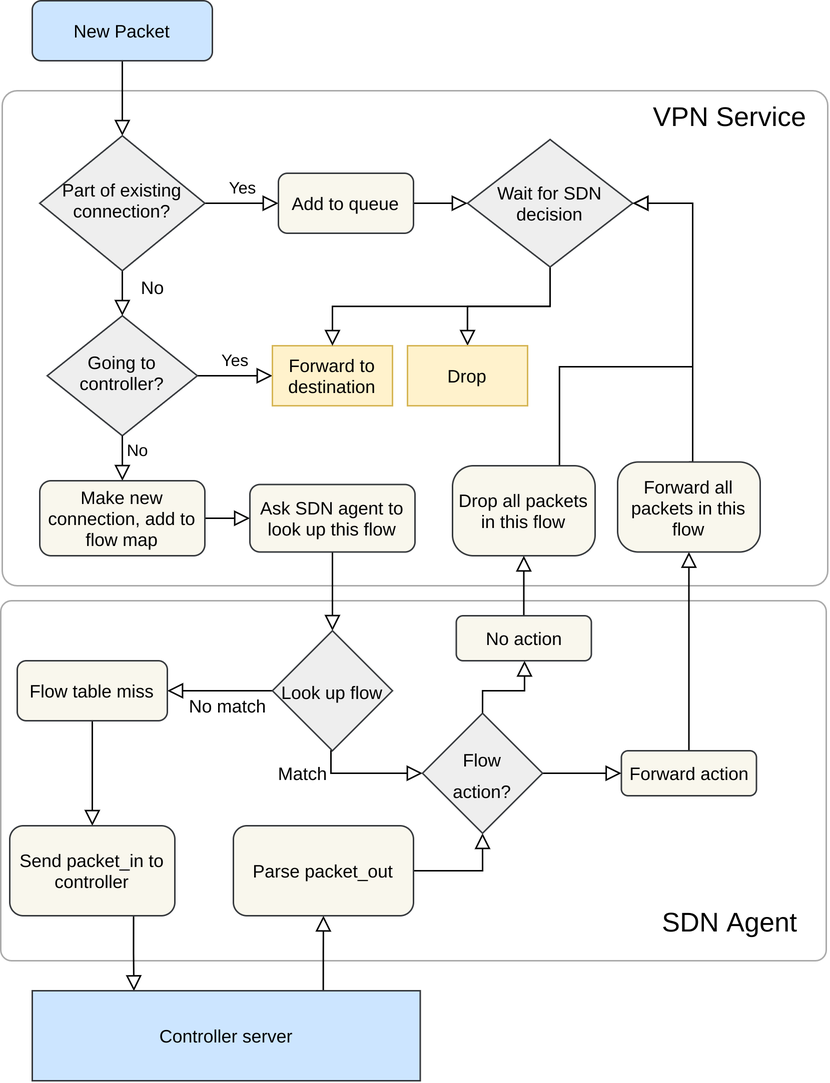
Earlier version of the draw.io export images/sequence-diagram.png (jojonium/thesis-paper). Source tidied: cells renumbered, new cells last; positions are measured from the earlier drawing's top-left corner, leaving out a move shared by most shapes.
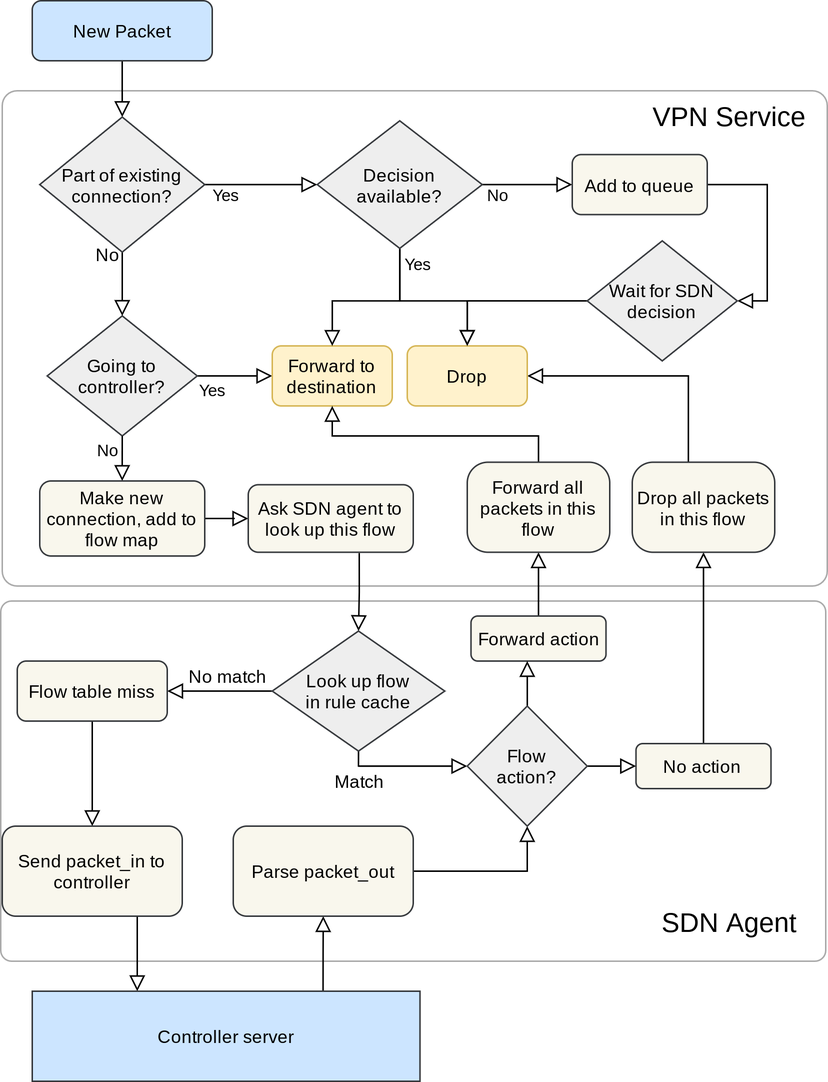
After the change.

Commit message:
revise diagrams

Change to the diagram source:
```diff
@@ -15,25 +15,30 @@
       <mxGeometry x="21" width="120" height="40" as="geometry" />
     </mxCell>
     <mxCell id="6" value="Yes" style="edgeStyle=orthogonalEdgeStyle;rounded=0;html=1;jettySize=auto;fontSize=11;endArrow=block;endFill=0;endSize=8;strokeWidth=1;shadow=0;labelBackgroundColor=#ffffff;" parent="1" edge="1" source="7" target="8">
-      <mxGeometry y="10" relative="1" as="geometry" />
+      <mxGeometry x="-0.6" y="-10" relative="1" as="geometry" />
     </mxCell>
-    <mxCell id="7" value="Going to controller?" style="rhombus;whiteSpace=wrap;html=1;shadow=0;fontFamily=Helvetica;fontSize=12;align=center;strokeWidth=1;spacing=6;spacingTop=-4;fillColor=#eeeeee;strokeColor=#36393d;" parent="1" vertex="1">
+    <mxCell id="7" value="Going to controller?" style="rhombus;whiteSpace=wrap;html=1;shadow=0;fontFamily=Helvetica;fontSize=12;align=center;strokeWidth=1;spacing=6;spacingTop=0;fillColor=#eeeeee;strokeColor=#36393d;" parent="1" vertex="1">
       <mxGeometry x="31" y="210" width="100" height="80" as="geometry" />
     </mxCell>
-    <mxCell id="8" value="Forward to destination" style="rounded=1;whiteSpace=wrap;html=1;fontSize=12;glass=0;strokeWidth=1;shadow=0;fillColor=#fff2cc;strokeColor=#d6b656;arcSize=0;" parent="1" vertex="1">
+    <mxCell id="8" value="Forward to destination" style="rounded=1;whiteSpace=wrap;html=1;fontSize=12;glass=0;strokeWidth=1;shadow=0;fillColor=#fff2cc;strokeColor=#d6b656;" parent="1" vertex="1">
       <mxGeometry x="181" y="230" width="80" height="40" as="geometry" />
     </mxCell>
     <mxCell id="9" value="No" style="rounded=0;html=1;jettySize=auto;fontSize=11;endArrow=block;endFill=0;endSize=8;strokeWidth=1;shadow=0;labelBackgroundColor=none;edgeStyle=orthogonalEdgeStyle;exitX=0.5;exitY=1;exitDx=0;exitDy=0;" parent="1" edge="1" source="7" target="14">
-      <mxGeometry x="0.2" y="10" relative="1" as="geometry" />
+      <mxGeometry x="0.2" y="-10" relative="1" as="geometry" />
     </mxCell>
-    <mxCell id="10" value="Yes" style="edgeStyle=orthogonalEdgeStyle;rounded=0;html=1;jettySize=auto;fontSize=11;endArrow=block;endFill=0;endSize=8;strokeWidth=1;shadow=0;labelBackgroundColor=none;entryX=0;entryY=0.5;entryDx=0;entryDy=0;" parent="1" edge="1" source="12" target="19">
-      <mxGeometry y="10" relative="1" as="geometry" />
-    </mxCell>
     <mxCell id="11" value="&lt;font style=&quot;font-size: 12px&quot;&gt;No&lt;br&gt;&lt;/font&gt;" style="edgeStyle=orthogonalEdgeStyle;rounded=0;jettySize=auto;html=1;exitX=0.5;exitY=1;exitDx=0;exitDy=0;entryX=0.5;entryY=0;entryDx=0;entryDy=0;labelBackgroundColor=#ffffff;endArrow=block;endFill=0;endSize=8;fontSize=18;" parent="1" edge="1" source="12" target="7">
-      <mxGeometry x="-0.33" y="20" relative="1" as="geometry" />
+      <mxGeometry x="-1" y="-10" relative="1" as="geometry" />
     </mxCell>
+    <mxCell id="48" style="edgeStyle=orthogonalEdgeStyle;rounded=0;jettySize=auto;html=1;endArrow=block;endFill=0;endSize=8;" parent="1" edge="1" source="12" target="17">
+      <mxGeometry relative="1" as="geometry" />
+    </mxCell>
+    <mxCell id="49" value="Yes" style="edgeLabel;html=1;align=center;verticalAlign=middle;" parent="48" vertex="1">
+      <mxGeometry x="-0.39" y="-1" relative="1" as="geometry">
+        <mxPoint x="-8.8" y="6.5" as="offset" />
+      </mxGeometry>
+    </mxCell>
-    <mxCell id="12" value="Part of existing connection?" style="rhombus;whiteSpace=wrap;html=1;shadow=0;fontFamily=Helvetica;fontSize=12;align=center;strokeWidth=1;spacing=6;spacingTop=-4;fillColor=#eeeeee;strokeColor=#36393d;" parent="1" vertex="1">
-      <mxGeometry x="26" y="90" width="110" height="90" as="geometry" />
+    <mxCell id="12" value="Part of existing connection?" style="rhombus;whiteSpace=wrap;html=1;shadow=0;fontFamily=Helvetica;fontSize=12;align=center;strokeWidth=1;spacing=6;spacingTop=0;fillColor=#eeeeee;strokeColor=#36393d;" parent="1" vertex="1">
+      <mxGeometry x="26" y="77.5" width="110" height="90" as="geometry" />
     </mxCell>
     <mxCell id="13" style="edgeStyle=orthogonalEdgeStyle;rounded=0;jettySize=auto;html=1;labelBackgroundColor=#ffffff;endArrow=block;endFill=0;endSize=8;" parent="1" edge="1" source="14" target="21">
       <mxGeometry relative="1" as="geometry" />
@@ -42,25 +47,50 @@
       <mxGeometry x="26" y="320" width="110" height="50" as="geometry" />
     </mxCell>
     <mxCell id="15" style="edgeStyle=orthogonalEdgeStyle;rounded=0;jettySize=auto;html=1;entryX=0.5;entryY=0;entryDx=0;entryDy=0;labelBackgroundColor=#ffffff;endArrow=block;endFill=0;endSize=8;exitX=0.5;exitY=1;exitDx=0;exitDy=0;" parent="1" edge="1" source="17" target="8">
-      <mxGeometry x="0.26" y="-10" relative="1" as="geometry" />
+      <mxGeometry x="0.26" y="-10" relative="1" as="geometry">
+        <Array as="points">
+          <mxPoint x="266" y="200" />
+          <mxPoint x="221" y="200" />
+        </Array>
+      </mxGeometry>
     </mxCell>
     <mxCell id="16" style="edgeStyle=orthogonalEdgeStyle;rounded=0;jettySize=auto;html=1;exitX=0.5;exitY=1;exitDx=0;exitDy=0;entryX=0.5;entryY=0;entryDx=0;entryDy=0;labelBackgroundColor=#ffffff;endArrow=block;endFill=0;endSize=8;fontSize=12;" parent="1" edge="1" source="17" target="34">
-      <mxGeometry relative="1" as="geometry" />
+      <mxGeometry relative="1" as="geometry">
+        <Array as="points">
+          <mxPoint x="266" y="200" />
+          <mxPoint x="311" y="200" />
+        </Array>
+      </mxGeometry>
     </mxCell>
+    <mxCell id="50" value="Yes" style="edgeLabel;html=1;align=center;verticalAlign=middle;" parent="16" vertex="1">
+      <mxGeometry x="-0.8" relative="1" as="geometry">
+        <mxPoint x="11.5" as="offset" />
+      </mxGeometry>
+    </mxCell>
+    <mxCell id="51" style="edgeStyle=orthogonalEdgeStyle;rounded=0;jettySize=auto;html=1;endArrow=block;endFill=0;endSize=8;entryX=0;entryY=0.5;entryDx=0;entryDy=0;" parent="1" edge="1" source="17" target="19">
+      <mxGeometry relative="1" as="geometry" />
+    </mxCell>
+    <mxCell id="52" value="No" style="edgeLabel;html=1;align=center;verticalAlign=middle;" parent="51" vertex="1">
+      <mxGeometry x="-0.69" relative="1" as="geometry">
+        <mxPoint x="1" y="7.5" as="offset" />
+      </mxGeometry>
+    </mxCell>
-    <mxCell id="17" value="Wait for SDN decision" style="rhombus;whiteSpace=wrap;html=1;fillColor=#eeeeee;strokeColor=#36393d;" parent="1" vertex="1">
-      <mxGeometry x="311" y="92.5" width="110" height="85" as="geometry" />
+    <mxCell id="17" value="Decision&lt;br&gt;available?" style="rhombus;whiteSpace=wrap;html=1;fillColor=#eeeeee;strokeColor=#36393d;" parent="1" vertex="1">
+      <mxGeometry x="211" y="80" width="110" height="85" as="geometry" />
     </mxCell>
-    <mxCell id="18" style="edgeStyle=orthogonalEdgeStyle;rounded=0;jettySize=auto;html=1;labelBackgroundColor=#ffffff;endArrow=block;endFill=0;endSize=8;" parent="1" edge="1" source="19" target="17">
-      <mxGeometry relative="1" as="geometry" />
-    </mxCell>
+    <mxCell id="53" style="edgeStyle=orthogonalEdgeStyle;rounded=0;jettySize=auto;html=1;exitX=1;exitY=0.5;exitDx=0;exitDy=0;entryX=1;entryY=0.5;entryDx=0;entryDy=0;endArrow=block;endFill=0;endSize=8;fontSize=12;" parent="1" edge="1" source="19" target="59">
+      <mxGeometry relative="1" as="geometry" />
+    </mxCell>
-    <mxCell id="19" value="Add to queue" style="rounded=1;whiteSpace=wrap;html=1;fillColor=#f9f7ed;strokeColor=#36393d;" parent="1" vertex="1">
-      <mxGeometry x="185" y="115" width="90" height="40" as="geometry" />
+    <mxCell id="19" value="Add to queue" style="rounded=1;whiteSpace=wrap;html=1;strokeColor=#36393D;fillColor=#F9F7ED;" parent="1" vertex="1">
+      <mxGeometry x="381" y="102.5" width="90" height="40" as="geometry" />
     </mxCell>
-    <mxCell id="20" style="edgeStyle=orthogonalEdgeStyle;rounded=0;jettySize=auto;html=1;exitX=0.5;exitY=1;exitDx=0;exitDy=0;entryX=0.5;entryY=0;entryDx=0;entryDy=0;labelBackgroundColor=#ffffff;endArrow=block;endFill=0;endSize=8;fontSize=18;" parent="1" edge="1" source="21" target="27">
-      <mxGeometry relative="1" as="geometry" />
+    <mxCell id="20" style="edgeStyle=orthogonalEdgeStyle;rounded=0;jettySize=auto;html=1;entryX=0.5;entryY=0;entryDx=0;entryDy=0;labelBackgroundColor=#ffffff;endArrow=block;endFill=0;endSize=8;fontSize=18;" parent="1" edge="1" target="27">
+      <mxGeometry relative="1" as="geometry">
+        <mxPoint x="239" y="368" as="sourcePoint" />
+      </mxGeometry>
     </mxCell>
     <mxCell id="21" value="Ask SDN agent to look up this flow" style="rounded=1;whiteSpace=wrap;html=1;fillColor=#f9f7ed;strokeColor=#36393d;" parent="1" vertex="1">
-      <mxGeometry x="166" y="322.5" width="110" height="45" as="geometry" />
+      <mxGeometry x="165" y="322.5" width="110" height="45" as="geometry" />
     </mxCell>
     <mxCell id="22" value="VPN Service" style="text;html=1;strokeColor=none;fillColor=none;align=center;verticalAlign=middle;whiteSpace=wrap;rounded=0;fontSize=18;" parent="1" vertex="1">
       <mxGeometry x="431" y="62.5" width="110" height="30" as="geometry" />
@@ -68,67 +98,52 @@
     <mxCell id="23" style="edgeStyle=orthogonalEdgeStyle;rounded=0;jettySize=auto;html=1;exitX=0.5;exitY=1;exitDx=0;exitDy=0;entryX=0;entryY=0.5;entryDx=0;entryDy=0;labelBackgroundColor=#ffffff;endArrow=block;endFill=0;endSize=8;fontSize=12;" parent="1" edge="1" source="27" target="47">
       <mxGeometry relative="1" as="geometry">
         <Array as="points">
-          <mxPoint x="220" y="515" />
+          <mxPoint x="239" y="510" />
         </Array>
       </mxGeometry>
     </mxCell>
     <mxCell id="24" value="Match" style="edgeLabel;html=1;align=center;verticalAlign=middle;fontSize=12;" parent="23" vertex="1">
       <mxGeometry x="-0.51" y="-2" relative="1" as="geometry">
-        <mxPoint x="-22.9" y="-2" as="offset" />
+        <mxPoint x="-10.4" y="8" as="offset" />
       </mxGeometry>
     </mxCell>
-    <mxCell id="25" style="edgeStyle=orthogonalEdgeStyle;rounded=0;jettySize=auto;html=1;labelBackgroundColor=#ffffff;endArrow=block;endFill=0;endSize=8;fontSize=12;exitX=0.5;exitY=0;exitDx=0;exitDy=0;entryX=0.5;entryY=1;entryDx=0;entryDy=0;" parent="1" edge="1" source="47" target="29">
-      <mxGeometry relative="1" as="geometry">
-        <Array as="points">
-          <mxPoint x="321" y="460" />
-          <mxPoint x="349" y="460" />
-          <mxPoint x="349" y="440" />
-        </Array>
-      </mxGeometry>
-    </mxCell>
     <mxCell id="26" value="No match" style="edgeStyle=orthogonalEdgeStyle;rounded=0;jettySize=auto;html=1;labelBackgroundColor=#ffffff;endArrow=block;endFill=0;endSize=8;fontSize=12;" parent="1" edge="1" source="27" target="38">
-      <mxGeometry x="-0.16" y="10" relative="1" as="geometry" />
+      <mxGeometry x="-0.14" y="-10" relative="1" as="geometry" />
     </mxCell>
-    <mxCell id="27" value="&lt;font style=&quot;font-size: 12px&quot;&gt;Look up flow&lt;/font&gt;" style="rhombus;whiteSpace=wrap;html=1;fontSize=18;fillColor=#eeeeee;strokeColor=#36393d;" parent="1" vertex="1">
-      <mxGeometry x="181" y="420" width="80" height="80" as="geometry" />
+    <mxCell id="27" value="&lt;font style=&quot;font-size: 12px; line-height: 70%;&quot;&gt;Look up flow&lt;br style=&quot;font-size: 12px;&quot;&gt;in rule cache&lt;br style=&quot;font-size: 12px;&quot;&gt;&lt;/font&gt;" style="rhombus;whiteSpace=wrap;html=1;fontSize=12;fillColor=#eeeeee;strokeColor=#36393d;" parent="1" vertex="1">
+      <mxGeometry x="181" y="420" width="115" height="80" as="geometry" />
     </mxCell>
-    <mxCell id="28" style="edgeStyle=orthogonalEdgeStyle;rounded=0;jettySize=auto;html=1;exitX=0.5;exitY=0;exitDx=0;exitDy=0;labelBackgroundColor=#ffffff;endArrow=block;endFill=0;endSize=8;fontSize=12;" parent="1" edge="1" source="29" target="33">
-      <mxGeometry relative="1" as="geometry" />
-    </mxCell>
+    <mxCell id="54" style="edgeStyle=orthogonalEdgeStyle;rounded=0;jettySize=auto;html=1;endArrow=block;endFill=0;endSize=8;entryX=0.5;entryY=1;entryDx=0;entryDy=0;" parent="1" edge="1" source="29" target="36">
+      <mxGeometry relative="1" as="geometry" />
+    </mxCell>
-    <mxCell id="29" value="No action" style="rounded=1;whiteSpace=wrap;html=1;strokeColor=#36393d;fontSize=12;fillColor=#f9f7ed;" parent="1" vertex="1">
-      <mxGeometry x="303.5" y="410" width="90" height="30" as="geometry" />
+    <mxCell id="29" value="Forward action" style="rounded=1;whiteSpace=wrap;html=1;strokeColor=#36393d;fontSize=12;fillColor=#f9f7ed;" parent="1" vertex="1">
+      <mxGeometry x="313.5" y="410" width="90" height="30" as="geometry" />
     </mxCell>
-    <mxCell id="30" style="edgeStyle=orthogonalEdgeStyle;rounded=0;jettySize=auto;html=1;exitX=0.5;exitY=0;exitDx=0;exitDy=0;entryX=0.5;entryY=1;entryDx=0;entryDy=0;labelBackgroundColor=#ffffff;endArrow=block;endFill=0;endSize=8;fontSize=12;" parent="1" edge="1" source="31" target="36">
-      <mxGeometry relative="1" as="geometry" />
-    </mxCell>
+    <mxCell id="55" style="edgeStyle=orthogonalEdgeStyle;rounded=0;jettySize=auto;html=1;exitX=0.5;exitY=0;exitDx=0;exitDy=0;entryX=0.5;entryY=1;entryDx=0;entryDy=0;endArrow=block;endFill=0;endSize=8;fontSize=12;" parent="1" edge="1" source="31" target="33">
+      <mxGeometry relative="1" as="geometry" />
+    </mxCell>
-    <mxCell id="31" value="Forward action" style="rounded=1;whiteSpace=wrap;html=1;strokeColor=#36393d;fontSize=12;fillColor=#f9f7ed;" parent="1" vertex="1">
-      <mxGeometry x="413.5" y="500" width="90" height="30" as="geometry" />
+    <mxCell id="31" value="No action" style="rounded=1;whiteSpace=wrap;html=1;strokeColor=#36393d;fontSize=12;fillColor=#f9f7ed;" parent="1" vertex="1">
+      <mxGeometry x="423.5" y="495" width="90" height="30" as="geometry" />
     </mxCell>
-    <mxCell id="32" style="edgeStyle=orthogonalEdgeStyle;rounded=0;jettySize=auto;html=1;exitX=0.75;exitY=0;exitDx=0;exitDy=0;entryX=1;entryY=0.5;entryDx=0;entryDy=0;labelBackgroundColor=#ffffff;endArrow=block;endFill=0;endSize=8;fontSize=12;" parent="1" edge="1" source="33" target="17">
-      <mxGeometry relative="1" as="geometry">
-        <Array as="points">
-          <mxPoint x="372" y="244" />
-          <mxPoint x="461" y="244" />
-          <mxPoint x="461" y="135" />
-        </Array>
-      </mxGeometry>
-    </mxCell>
+    <mxCell id="56" style="edgeStyle=orthogonalEdgeStyle;rounded=0;jettySize=auto;html=1;exitX=0.394;exitY=-0.001;exitDx=0;exitDy=0;entryX=1;entryY=0.5;entryDx=0;entryDy=0;endArrow=block;endFill=0;endSize=8;exitPerimeter=0;" parent="1" edge="1" source="33" target="34">
+      <mxGeometry relative="1" as="geometry" />
+    </mxCell>
     <mxCell id="33" value="Drop all packets in this flow" style="rounded=1;whiteSpace=wrap;html=1;arcSize=23;fillColor=#f9f7ed;strokeColor=#36393d;" parent="1" vertex="1">
-      <mxGeometry x="301" y="310" width="95" height="60" as="geometry" />
+      <mxGeometry x="421" y="307.5" width="95" height="60" as="geometry" />
     </mxCell>
-    <mxCell id="34" value="Drop" style="rounded=1;whiteSpace=wrap;html=1;fontSize=12;glass=0;strokeWidth=1;shadow=0;fillColor=#fff2cc;strokeColor=#d6b656;arcSize=0;" parent="1" vertex="1">
+    <mxCell id="34" value="Drop" style="rounded=1;whiteSpace=wrap;html=1;fontSize=12;glass=0;strokeWidth=1;shadow=0;fillColor=#fff2cc;strokeColor=#d6b656;" parent="1" vertex="1">
       <mxGeometry x="271" y="230" width="80" height="40" as="geometry" />
     </mxCell>
-    <mxCell id="35" style="edgeStyle=orthogonalEdgeStyle;rounded=0;jettySize=auto;html=1;exitX=0.5;exitY=0;exitDx=0;exitDy=0;entryX=1;entryY=0.5;entryDx=0;entryDy=0;labelBackgroundColor=#ffffff;endArrow=block;endFill=0;endSize=8;fontSize=12;" parent="1" edge="1" source="36" target="17">
+    <mxCell id="35" style="edgeStyle=orthogonalEdgeStyle;rounded=0;jettySize=auto;html=1;exitX=0.5;exitY=0;exitDx=0;exitDy=0;labelBackgroundColor=#ffffff;endArrow=block;endFill=0;endSize=8;fontSize=12;entryX=0.5;entryY=1;entryDx=0;entryDy=0;" parent="1" edge="1" source="36" target="8">
       <mxGeometry relative="1" as="geometry">
         <Array as="points">
-          <mxPoint x="461" y="308" />
-          <mxPoint x="461" y="135" />
+          <mxPoint x="359" y="290" />
+          <mxPoint x="221" y="290" />
         </Array>
       </mxGeometry>
     </mxCell>
     <mxCell id="36" value="Forward all packets in this flow" style="rounded=1;whiteSpace=wrap;html=1;arcSize=23;fillColor=#f9f7ed;strokeColor=#36393d;" parent="1" vertex="1">
-      <mxGeometry x="411" y="307.5" width="95" height="60" as="geometry" />
+      <mxGeometry x="311" y="307.5" width="95" height="60" as="geometry" />
     </mxCell>
     <mxCell id="37" style="edgeStyle=orthogonalEdgeStyle;rounded=0;jettySize=auto;html=1;exitX=0.5;exitY=1;exitDx=0;exitDy=0;entryX=0.5;entryY=0;entryDx=0;entryDy=0;labelBackgroundColor=#ffffff;endArrow=block;endFill=0;endSize=8;fontSize=12;" parent="1" edge="1" source="38" target="40">
       <mxGeometry relative="1" as="geometry" />
@@ -136,11 +151,13 @@
     <mxCell id="38" value="Flow table miss" style="rounded=1;whiteSpace=wrap;html=1;strokeColor=#36393d;fontSize=12;fillColor=#f9f7ed;" parent="1" vertex="1">
       <mxGeometry x="11" y="440" width="100" height="40" as="geometry" />
     </mxCell>
-    <mxCell id="39" style="edgeStyle=orthogonalEdgeStyle;rounded=0;jettySize=auto;html=1;exitX=0.75;exitY=1;exitDx=0;exitDy=0;labelBackgroundColor=#ffffff;endArrow=block;endFill=0;endSize=8;fontSize=12;entryX=0.262;entryY=0.003;entryDx=0;entryDy=0;entryPerimeter=0;" parent="1" edge="1" source="40" target="42">
-      <mxGeometry relative="1" as="geometry" />
+    <mxCell id="39" style="edgeStyle=orthogonalEdgeStyle;rounded=0;jettySize=auto;html=1;exitX=0.75;exitY=1;exitDx=0;exitDy=0;labelBackgroundColor=#ffffff;endArrow=block;endFill=0;endSize=8;fontSize=12;" parent="1" edge="1" source="40">
+      <mxGeometry relative="1" as="geometry">
+        <mxPoint x="91" y="660" as="targetPoint" />
+      </mxGeometry>
     </mxCell>
     <mxCell id="40" value="Send packet_in to controller" style="rounded=1;whiteSpace=wrap;html=1;strokeColor=#36393d;fontSize=12;fillColor=#f9f7ed;" parent="1" vertex="1">
-      <mxGeometry x="6" y="550" width="110" height="60" as="geometry" />
+      <mxGeometry x="1" y="550" width="120" height="60" as="geometry" />
     </mxCell>
     <mxCell id="41" style="edgeStyle=orthogonalEdgeStyle;rounded=0;jettySize=auto;html=1;exitX=0.75;exitY=0;exitDx=0;exitDy=0;entryX=0.5;entryY=1;entryDx=0;entryDy=0;labelBackgroundColor=#ffffff;endArrow=block;endFill=0;endSize=8;fontSize=12;" parent="1" edge="1" source="42" target="44">
       <mxGeometry y="-36" relative="1" as="geometry" />
@@ -160,8 +177,23 @@
     <mxCell id="46" style="edgeStyle=orthogonalEdgeStyle;rounded=0;jettySize=auto;html=1;exitX=1;exitY=0.5;exitDx=0;exitDy=0;labelBackgroundColor=#ffffff;endArrow=block;endFill=0;endSize=8;fontSize=12;" parent="1" edge="1" source="47" target="31">
       <mxGeometry relative="1" as="geometry" />
     </mxCell>
+    <mxCell id="57" style="edgeStyle=orthogonalEdgeStyle;rounded=0;jettySize=auto;html=1;endArrow=block;endFill=0;endSize=8;fontSize=12;" parent="1" edge="1" source="47">
+      <mxGeometry relative="1" as="geometry">
+        <mxPoint x="351" y="440" as="targetPoint" />
+      </mxGeometry>
+    </mxCell>
-    <mxCell id="47" value="&lt;font style=&quot;font-size: 12px ; line-height: 90%&quot;&gt;Flow&lt;br&gt;action?&lt;/font&gt;" style="rhombus;whiteSpace=wrap;html=1;fontSize=18;fillColor=#eeeeee;strokeColor=#36393d;" parent="1" vertex="1">
-      <mxGeometry x="281" y="475" width="80" height="80" as="geometry" />
+    <mxCell id="47" value="&lt;font style=&quot;font-size: 12px ; line-height: 90%&quot;&gt;Flow&lt;br style=&quot;font-size: 12px;&quot;&gt;action?&lt;/font&gt;" style="rhombus;whiteSpace=wrap;html=1;fontSize=12;fillColor=#eeeeee;strokeColor=#36393d;" parent="1" vertex="1">
+      <mxGeometry x="311" y="470" width="80" height="80" as="geometry" />
     </mxCell>
+    <mxCell id="58" style="edgeStyle=orthogonalEdgeStyle;rounded=0;jettySize=auto;html=1;exitX=0;exitY=0.5;exitDx=0;exitDy=0;entryX=0.5;entryY=0;entryDx=0;entryDy=0;endArrow=block;endFill=0;endSize=8;fontSize=12;" parent="1" edge="1" source="59" target="34">
+      <mxGeometry relative="1" as="geometry">
+        <Array as="points">
+          <mxPoint x="311" y="200" />
+        </Array>
+      </mxGeometry>
+    </mxCell>
+    <mxCell id="59" value="Wait for SDN decision" style="rhombus;whiteSpace=wrap;html=1;fillColor=#eeeeee;strokeColor=#36393d;" parent="1" vertex="1">
+      <mxGeometry x="391" y="160" width="100" height="80" as="geometry" />
+    </mxCell>
   </root>
 </mxGraphModel>
```
